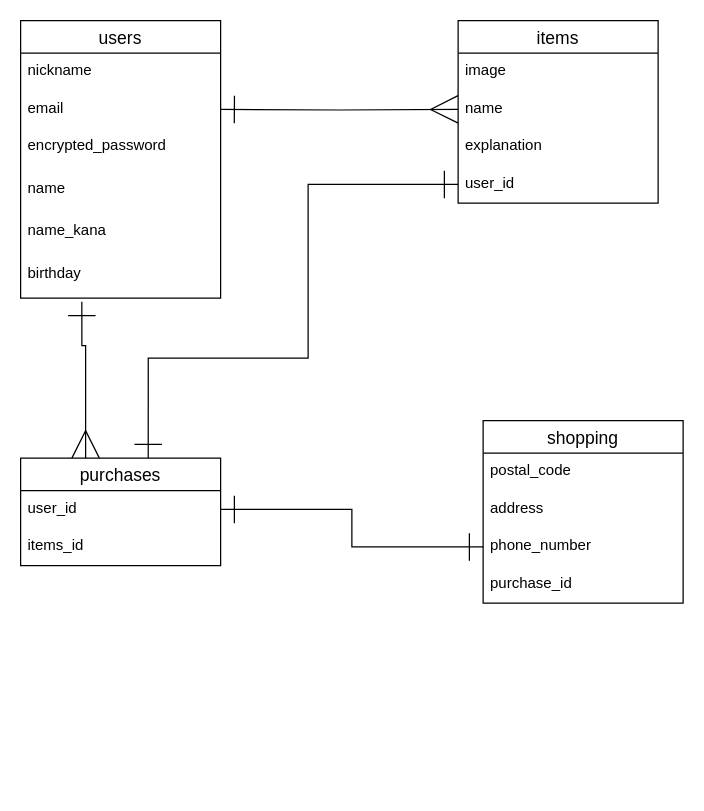
Earlier version of the draw.io diagram er.dio (Kinocas/furima-36567). Source tidied: cells renumbered, new cells numbered last; positions are measured from the earlier drawing's top-left corner, leaving out a move shared by most shapes. Both pictures are drawn from the tidied source at 125%, with x=0, y=0 at pixel (20, 20).
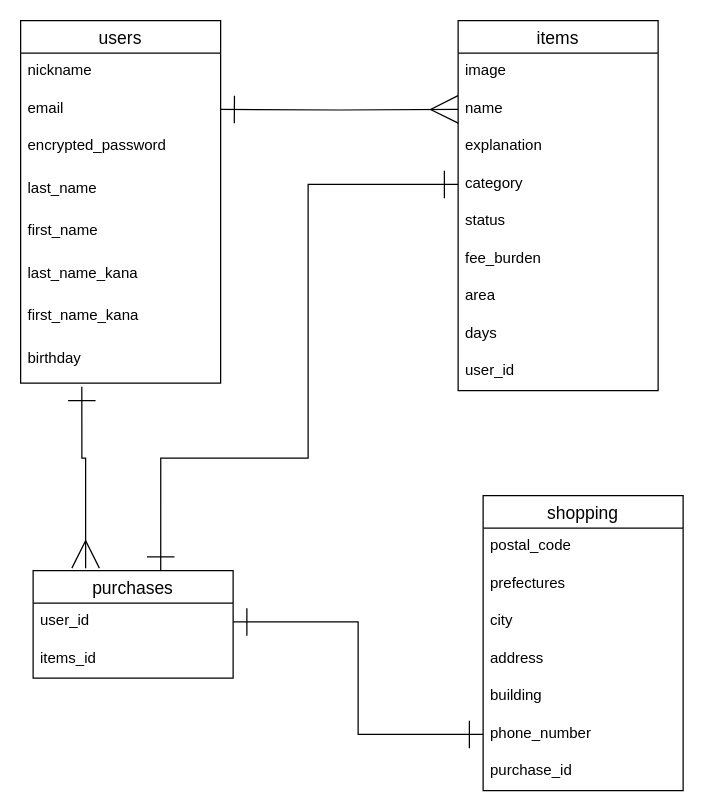
Above is the later version.

Commit message (it also covers changes not shown here):
カラムの修正・追加

Diff of the diagram source:
```diff
@@
     <mxCell id="2" value="users" style="swimlane;fontStyle=0;horizontal=1;startSize=26;align=center;fontSize=14;" parent="1" vertex="1">
-      <mxGeometry width="160" height="222" as="geometry" />
+      <mxGeometry width="160" height="290" as="geometry" />
     </mxCell>
@@
-    <mxCell id="6" value="name" style="text;strokeColor=none;fillColor=none;spacingLeft=4;spacingRight=4;overflow=hidden;fontSize=12;" parent="2" vertex="1">
+    <mxCell id="6" value="last_name" style="text;strokeColor=none;fillColor=none;spacingLeft=4;spacingRight=4;overflow=hidden;fontSize=12;" parent="2" vertex="1">
       <mxGeometry y="120" width="160" height="34" as="geometry" />
     </mxCell>
+    <mxCell id="26" value="first_name" style="text;strokeColor=none;fillColor=none;spacingLeft=4;spacingRight=4;overflow=hidden;fontSize=12;" parent="2" vertex="1">
+      <mxGeometry y="154" width="160" height="34" as="geometry" />
+    </mxCell>
-    <mxCell id="7" value="name_kana" style="text;strokeColor=none;fillColor=none;spacingLeft=4;spacingRight=4;overflow=hidden;fontSize=12;" parent="2" vertex="1">
-      <mxGeometry y="154" width="160" height="34" as="geometry" />
+    <mxCell id="7" value="last_name_kana" style="text;strokeColor=none;fillColor=none;spacingLeft=4;spacingRight=4;overflow=hidden;fontSize=12;" parent="2" vertex="1">
+      <mxGeometry y="188" width="160" height="34" as="geometry" />
     </mxCell>
+    <mxCell id="27" value="first_name_kana" style="text;strokeColor=none;fillColor=none;spacingLeft=4;spacingRight=4;overflow=hidden;fontSize=12;" parent="2" vertex="1">
+      <mxGeometry y="222" width="160" height="34" as="geometry" />
+    </mxCell>
     <mxCell id="8" value="birthday" style="text;strokeColor=none;fillColor=none;spacingLeft=4;spacingRight=4;overflow=hidden;points=[[0,0.5],[1,0.5]];portConstraint=eastwest;fontSize=12;" parent="2" vertex="1">
-      <mxGeometry y="188" width="160" height="34" as="geometry" />
+      <mxGeometry y="256" width="160" height="34" as="geometry" />
     </mxCell>
     <mxCell id="9" value="items" style="swimlane;fontStyle=0;horizontal=1;startSize=26;align=center;fontSize=14;" parent="1" vertex="1">
-      <mxGeometry x="350" width="160" height="146" as="geometry" />
+      <mxGeometry x="350" width="160" height="296" as="geometry" />
     </mxCell>
@@
-    <mxCell id="13" value="user_id" style="text;strokeColor=none;fillColor=none;spacingLeft=4;spacingRight=4;overflow=hidden;points=[[0,0.5],[1,0.5]];portConstraint=eastwest;fontSize=12;" parent="9" vertex="1">
+    <mxCell id="13" value="category" style="text;strokeColor=none;fillColor=none;spacingLeft=4;spacingRight=4;overflow=hidden;points=[[0,0.5],[1,0.5]];portConstraint=eastwest;fontSize=12;" parent="9" vertex="1">
       <mxGeometry y="116" width="160" height="30" as="geometry" />
     </mxCell>
+    <mxCell id="28" value="status" style="text;strokeColor=none;fillColor=none;spacingLeft=4;spacingRight=4;overflow=hidden;fontSize=12;" parent="9" vertex="1">
+      <mxGeometry y="146" width="160" height="30" as="geometry" />
+    </mxCell>
+    <mxCell id="29" value="fee_burden" style="text;strokeColor=none;fillColor=none;spacingLeft=4;spacingRight=4;overflow=hidden;fontSize=12;" parent="9" vertex="1">
+      <mxGeometry y="176" width="160" height="30" as="geometry" />
+    </mxCell>
+    <mxCell id="30" value="area" style="text;strokeColor=none;fillColor=none;spacingLeft=4;spacingRight=4;overflow=hidden;fontSize=12;" parent="9" vertex="1">
+      <mxGeometry y="206" width="160" height="30" as="geometry" />
+    </mxCell>
+    <mxCell id="31" value="days" style="text;strokeColor=none;fillColor=none;spacingLeft=4;spacingRight=4;overflow=hidden;fontSize=12;" parent="9" vertex="1">
+      <mxGeometry y="236" width="160" height="30" as="geometry" />
+    </mxCell>
+    <mxCell id="32" value="user_id" style="text;strokeColor=none;fillColor=none;spacingLeft=4;spacingRight=4;overflow=hidden;fontSize=12;" parent="9" vertex="1">
+      <mxGeometry y="266" width="160" height="30" as="geometry" />
+    </mxCell>
     <mxCell id="14" value="shopping" style="swimlane;fontStyle=0;horizontal=1;startSize=26;align=center;fontSize=14;" parent="1" vertex="1">
-      <mxGeometry x="370" y="320" width="160" height="146" as="geometry" />
+      <mxGeometry x="370" y="380" width="160" height="236" as="geometry" />
     </mxCell>
@@
+    <mxCell id="33" value="prefectures" style="text;strokeColor=none;fillColor=none;spacingLeft=4;spacingRight=4;overflow=hidden;fontSize=12;" parent="14" vertex="1">
+      <mxGeometry y="56" width="160" height="30" as="geometry" />
+    </mxCell>
+    <mxCell id="34" value="city" style="text;strokeColor=none;fillColor=none;spacingLeft=4;spacingRight=4;overflow=hidden;fontSize=12;" parent="14" vertex="1">
+      <mxGeometry y="86" width="160" height="30" as="geometry" />
+    </mxCell>
     <mxCell id="16" value="address" style="text;strokeColor=none;fillColor=none;spacingLeft=4;spacingRight=4;overflow=hidden;fontSize=12;" parent="14" vertex="1">
-      <mxGeometry y="56" width="160" height="30" as="geometry" />
+      <mxGeometry y="116" width="160" height="30" as="geometry" />
     </mxCell>
+    <mxCell id="35" value="building" style="text;strokeColor=none;fillColor=none;spacingLeft=4;spacingRight=4;overflow=hidden;fontSize=12;" parent="14" vertex="1">
+      <mxGeometry y="146" width="160" height="30" as="geometry" />
+    </mxCell>
     <mxCell id="17" value="phone_number" style="text;strokeColor=none;fillColor=none;spacingLeft=4;spacingRight=4;overflow=hidden;points=[[0,0.5],[1,0.5]];portConstraint=eastwest;fontSize=12;" parent="14" vertex="1">
-      <mxGeometry y="86" width="160" height="30" as="geometry" />
+      <mxGeometry y="176" width="160" height="30" as="geometry" />
     </mxCell>
     <mxCell id="18" value="purchase_id" style="text;strokeColor=none;fillColor=none;spacingLeft=4;spacingRight=4;overflow=hidden;fontSize=12;" parent="14" vertex="1">
-      <mxGeometry y="116" width="160" height="30" as="geometry" />
+      <mxGeometry y="206" width="160" height="30" as="geometry" />
     </mxCell>
     <mxCell id="19" value="purchases" style="swimlane;fontStyle=0;horizontal=1;startSize=26;align=center;fontSize=14;" parent="1" vertex="1">
-      <mxGeometry y="350" width="160" height="86" as="geometry" />
+      <mxGeometry x="10" y="440" width="160" height="86" as="geometry" />
     </mxCell>
@@
     <mxCell id="23" style="edgeStyle=orthogonalEdgeStyle;rounded=0;jettySize=auto;html=1;entryX=0.638;entryY=0;entryDx=0;entryDy=0;entryPerimeter=0;startArrow=ERone;startFill=0;endArrow=ERone;endFill=0;startSize=20;endSize=20;strokeWidth=1;exitX=0;exitY=0.5;exitDx=0;exitDy=0;" parent="1" edge="1" source="13" target="19">
       <mxGeometry relative="1" as="geometry">
         <Array as="points">
           <mxPoint x="230" y="131" />
-          <mxPoint x="230" y="270" />
-          <mxPoint x="102" y="270" />
+          <mxPoint x="230" y="350" />
+          <mxPoint x="112" y="350" />
         </Array>
       </mxGeometry>
     </mxCell>
@@
-    <mxCell id="25" style="edgeStyle=orthogonalEdgeStyle;rounded=0;jettySize=auto;html=1;exitX=0.306;exitY=1.088;exitDx=0;exitDy=0;entryX=0.325;entryY=0;entryDx=0;entryDy=0;entryPerimeter=0;startArrow=ERone;startFill=0;endArrow=ERmany;endFill=0;startSize=20;endSize=20;strokeWidth=1;exitPerimeter=0;" parent="1" edge="1" source="8" target="19">
+    <mxCell id="25" style="edgeStyle=orthogonalEdgeStyle;rounded=0;jettySize=auto;html=1;exitX=0.306;exitY=1.088;exitDx=0;exitDy=0;startArrow=ERone;startFill=0;endArrow=ERmany;endFill=0;startSize=20;endSize=20;strokeWidth=1;exitPerimeter=0;" parent="1" edge="1" source="8">
       <mxGeometry relative="1" as="geometry">
+        <mxPoint x="52" y="438" as="targetPoint" />
         <Array as="points">
-          <mxPoint x="49" y="260" />
-          <mxPoint x="52" y="260" />
+          <mxPoint x="49" y="350" />
+          <mxPoint x="52" y="350" />
         </Array>
       </mxGeometry>
     </mxCell>
```
